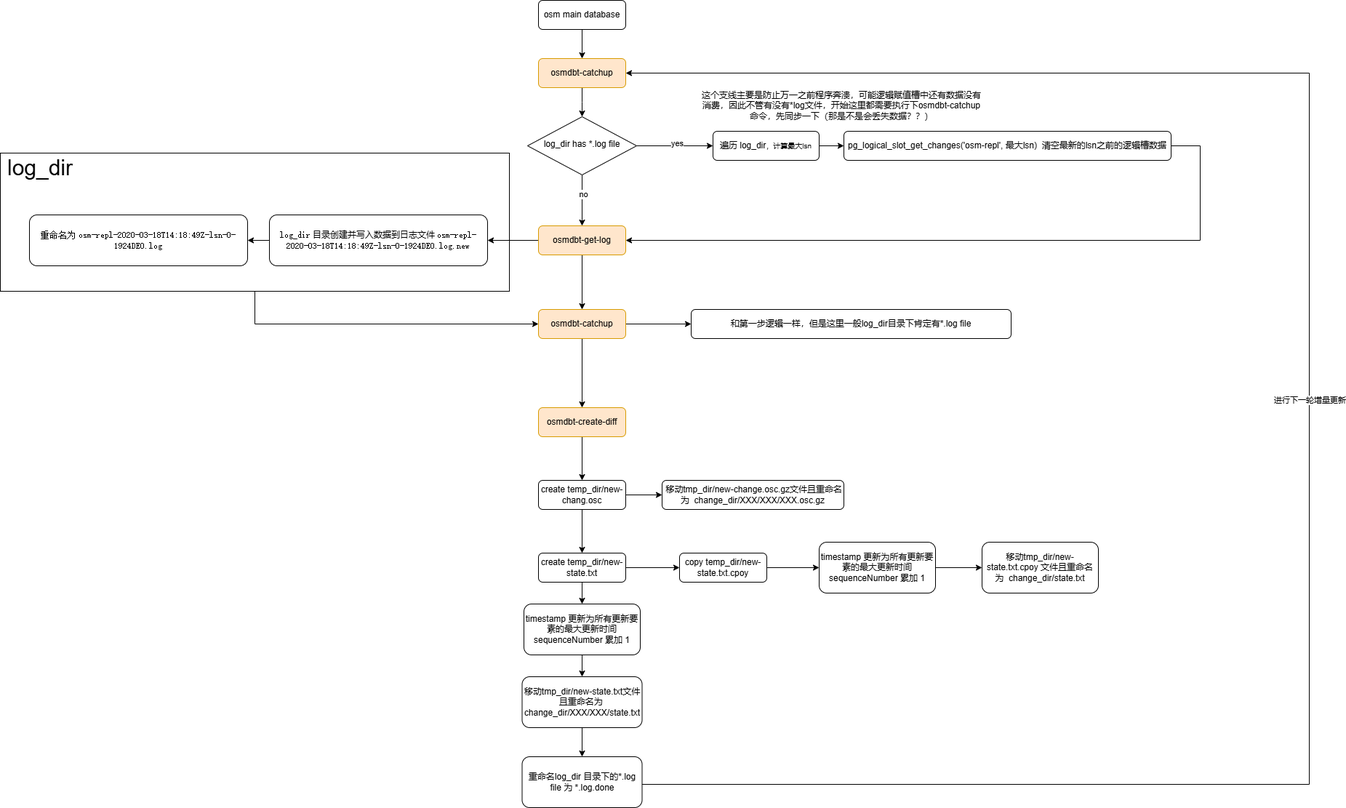
Above: osm-dbt.png in 472542625/drawio (draw.io), before the change. Source tidied: cells renumbered, new cells last; positions are measured from the earlier drawing's top-left corner, leaving out a move shared by most shapes.
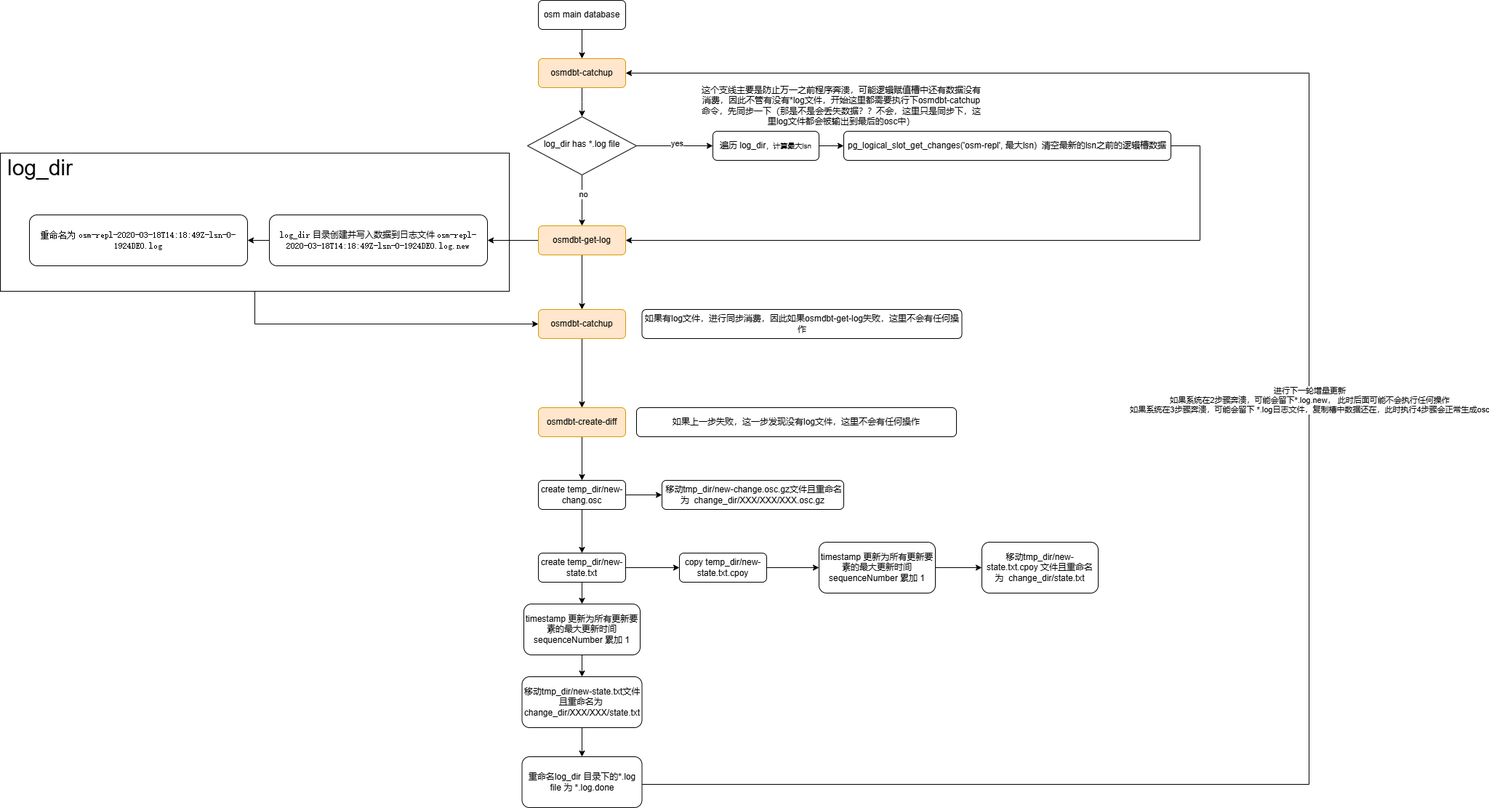
Later version of the same file.

Change to the diagram source:
```diff
@@ -66,17 +66,14 @@
     <mxCell id="19" value="&lt;code&gt;log_dir&lt;/code&gt; 目录创建并写入数据到日志文件&amp;nbsp;&lt;code&gt;osm-repl-2020-03-18T14:18:49Z-lsn-0-1924DE0.log.new&lt;/code&gt;" style="rounded=1;whiteSpace=wrap;html=1;fontSize=12;glass=0;strokeWidth=1;shadow=0;" parent="1" vertex="1">
       <mxGeometry x="370" y="295" width="300" height="70" as="geometry" />
     </mxCell>
-    <mxCell id="20" style="edgeStyle=orthogonalEdgeStyle;rounded=0;jettySize=auto;html=1;" parent="1" edge="1" source="22" target="23">
-      <mxGeometry relative="1" as="geometry" />
-    </mxCell>
     <mxCell id="21" style="edgeStyle=orthogonalEdgeStyle;rounded=0;jettySize=auto;html=1;entryX=0.5;entryY=0;entryDx=0;entryDy=0;" parent="1" edge="1" source="22" target="25">
       <mxGeometry relative="1" as="geometry" />
     </mxCell>
     <mxCell id="22" value="osmdbt-catchup" style="rounded=1;whiteSpace=wrap;html=1;fontSize=12;glass=0;strokeWidth=1;shadow=0;fillColor=#ffe6cc;strokeColor=#d79b00;" parent="1" vertex="1">
       <mxGeometry x="740" y="425" width="120" height="40" as="geometry" />
     </mxCell>
-    <mxCell id="23" value="和第一步逻辑一样，但是这里一般log_dir目录下肯定有*.log file" style="rounded=1;whiteSpace=wrap;html=1;fontSize=12;glass=0;strokeWidth=1;shadow=0;" parent="1" vertex="1">
-      <mxGeometry x="950" y="425" width="440" height="40" as="geometry" />
+    <mxCell id="23" value="如果有log文件，进行同步消费，因此如果osmdbt-get-log失败，这里不会有任何操作" style="rounded=1;whiteSpace=wrap;html=1;fontSize=12;glass=0;strokeWidth=1;shadow=0;" parent="1" vertex="1">
+      <mxGeometry x="882.5" y="425" width="440" height="40" as="geometry" />
     </mxCell>
     <mxCell id="24" style="edgeStyle=orthogonalEdgeStyle;rounded=0;jettySize=auto;html=1;entryX=0.5;entryY=0;entryDx=0;entryDy=0;" parent="1" edge="1" source="25" target="30">
       <mxGeometry relative="1" as="geometry" />
@@ -113,7 +110,7 @@
     <mxCell id="33" value="pg_logical_slot_get_changes('osm-repl', 最大lsn)&amp;nbsp; 清空最新的lsn之前的逻辑槽数据" style="rounded=1;whiteSpace=wrap;html=1;fontSize=12;glass=0;strokeWidth=1;shadow=0;" parent="1" vertex="1">
       <mxGeometry x="1160" y="180" width="450" height="40" as="geometry" />
     </mxCell>
-    <mxCell id="34" value="这个支线主要是防止万一之前程序奔溃，可能逻辑赋值槽中还有数据没有消费，因此不管有没有*log文件，开始这里都需要执行下osmdbt-catchup命令，先同步一下（那是不是会丢失数据？？）" style="text;html=1;align=center;verticalAlign=middle;whiteSpace=wrap;rounded=0;" parent="1" vertex="1">
+    <mxCell id="34" value="这个支线主要是防止万一之前程序奔溃，可能逻辑赋值槽中还有数据没有消费，因此不管有没有*log文件，开始这里都需要执行下osmdbt-catchup命令，先同步一下（那是不是会丢失数据？？不会，这里只是同步下，这里log文件都会被输出到最后的osc中）" style="text;html=1;align=center;verticalAlign=middle;whiteSpace=wrap;rounded=0;" parent="1" vertex="1">
       <mxGeometry x="964" y="130" width="386" height="30" as="geometry" />
     </mxCell>
     <mxCell id="35" style="edgeStyle=orthogonalEdgeStyle;rounded=0;jettySize=auto;html=1;entryX=0;entryY=0.5;entryDx=0;entryDy=0;" parent="1" edge="1" source="37" target="39">
@@ -148,7 +145,7 @@
         </Array>
       </mxGeometry>
     </mxCell>
-    <mxCell id="44" value="进行下一轮增量更新" style="edgeLabel;html=1;align=center;verticalAlign=middle;" parent="43" vertex="1">
+    <mxCell id="44" value="进行下一轮增量更新&lt;div&gt;如果系统在2步骤奔溃，可能会留下*.log.new， 此时后面可能不会执行任何操作&lt;/div&gt;&lt;div&gt;如果系统在3步骤奔溃，可能会留下 *.log日志文件，复制槽中数据还在，此时执行4步骤会正常生成osc&lt;/div&gt;" style="edgeLabel;html=1;align=center;verticalAlign=middle;" parent="43" vertex="1">
       <mxGeometry x="0.02" relative="1" as="geometry">
         <mxPoint y="1" as="offset" />
       </mxGeometry>
@@ -168,5 +165,8 @@
     <mxCell id="49" value="timestamp 更新为所有更新要素的最大更新时间&lt;div&gt;sequenceNumber 累加 1&lt;/div&gt;" style="rounded=1;whiteSpace=wrap;html=1;fontSize=12;glass=0;strokeWidth=1;shadow=0;" parent="1" vertex="1">
       <mxGeometry x="720" y="830" width="160" height="70" as="geometry" />
     </mxCell>
+    <mxCell id="50" value="如果上一步失败，这一步发现没有log文件，这里不会有任何操作" style="rounded=1;whiteSpace=wrap;html=1;fontSize=12;glass=0;strokeWidth=1;shadow=0;" parent="1" vertex="1">
+      <mxGeometry x="875" y="560" width="440" height="40" as="geometry" />
+    </mxCell>
   </root>
 </mxGraphModel>
```
